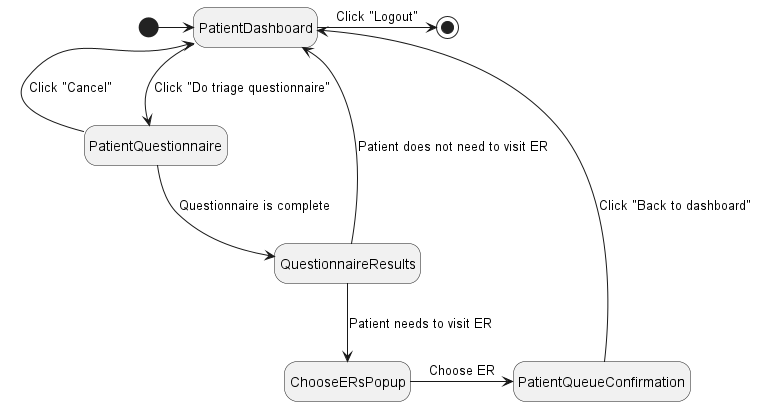
Earlier version of the PlantUML export milestone_2/state_diagrams/patient/plantuml.png (SENG-350-2024-fall/Group2).
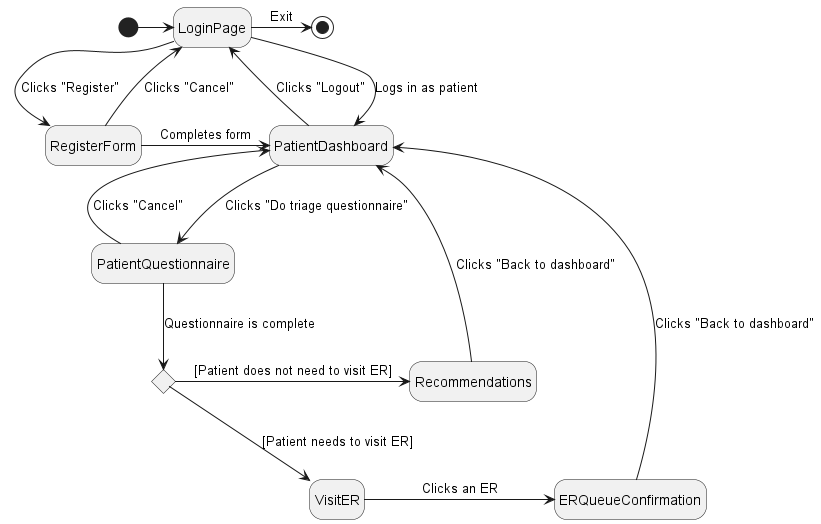
The same file after the commit.

The edit, as a diff of the source:
```diff
@@ -1,21 +1,33 @@
 @startuml plantuml
 hide empty description
+state "LoginPage" as login
+state "RegisterForm" as reg
 state "PatientDashboard" as dash
 state "PatientQuestionnaire" as triage
-state "QuestionnaireResults" as results
-state "ChooseERsPopup" as erpopup
-state "PatientQueueConfirmation" as confirm
+state "Recommendations" as rec
+state "VisitER" as visit_er
+state "ERQueueConfirmation" as confirm
+state c <<choice>>
 
-[*] -> dash
-dash -> [*] : Click "Logout"
+[*] -> login
+login -> [*] : Exit
 
-dash --> triage : Click "Do triage questionnaire"
-dash <-- triage : Click "Cancel"
+login --> reg : Clicks "Register"
+reg -> login : Clicks "Cancel"
+reg -> dash : Completes form
 
-triage --> results : Questionnaire is complete
-results -> dash : Patient does not need to visit ER
-results --> erpopup : Patient needs to visit ER
-erpopup -> confirm : Choose ER
-confirm --> dash : Click "Back to dashboard"
+login --> dash : Logs in as patient
+login <-- dash : Clicks "Logout"
+
+dash --> triage : Clicks "Do triage questionnaire"
+dash <-- triage : Clicks "Cancel"
+
+triage --> c : Questionnaire is complete
+
+c -> rec : [Patient does not need to visit ER]
+rec -> dash : Clicks "Back to dashboard"
+c --> visit_er : [Patient needs to visit ER]
+visit_er -> confirm : Clicks an ER
+confirm -> dash : Clicks "Back to dashboard"
 
 @enduml
```
